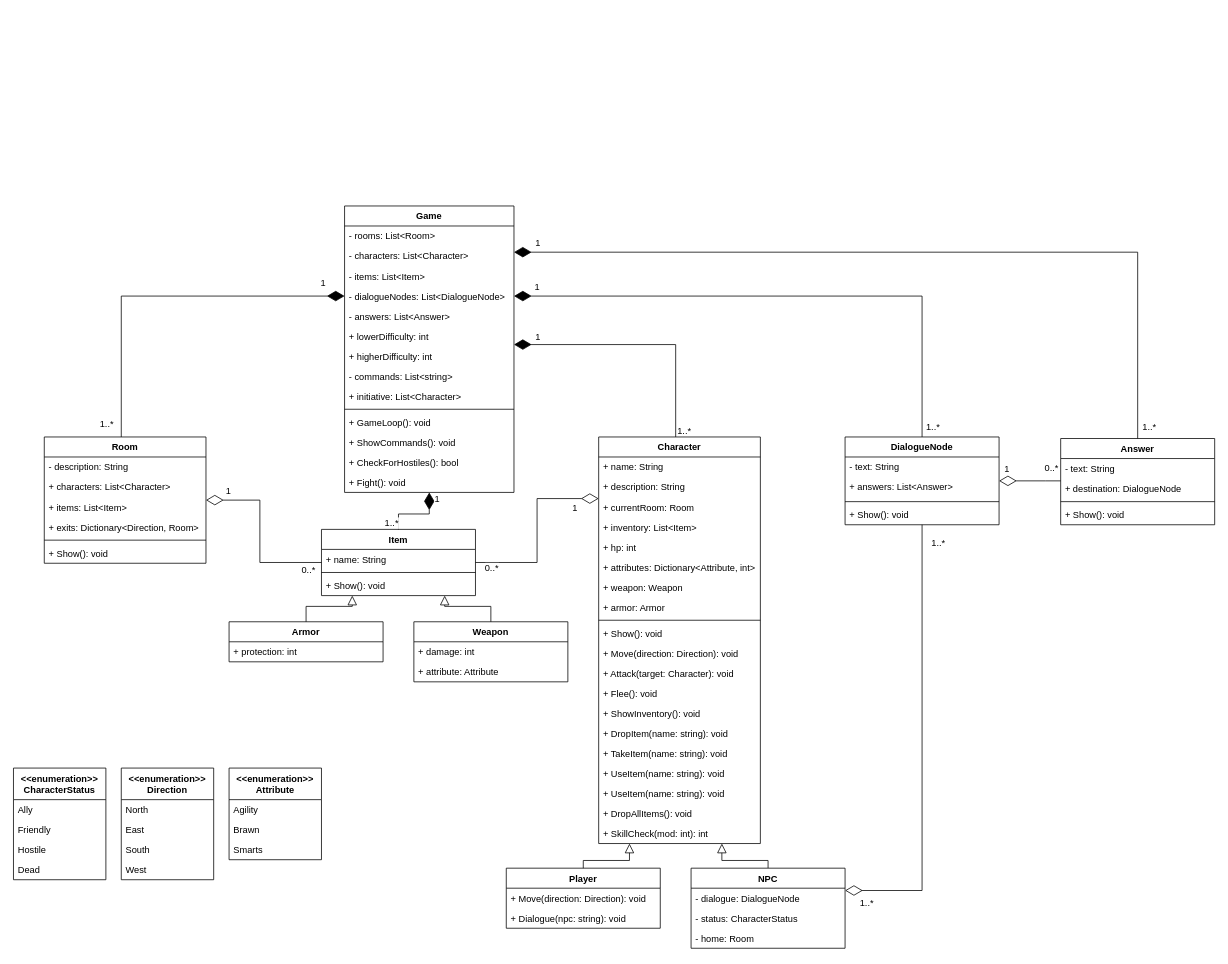
This is page "Classes" (2 of 3) of Diagrams/Legends of Antir Diagrams.drawio from qogoist/LegendsOfAntir, a draw.io file, before an edit. Source tidied: cells renumbered, new cells numbered last; positions are measured from the earlier drawing's top-left corner, leaving out a move shared by most shapes. Both pictures are drawn from the tidied source at 77%, with x=0, y=0 at pixel (13, 206).
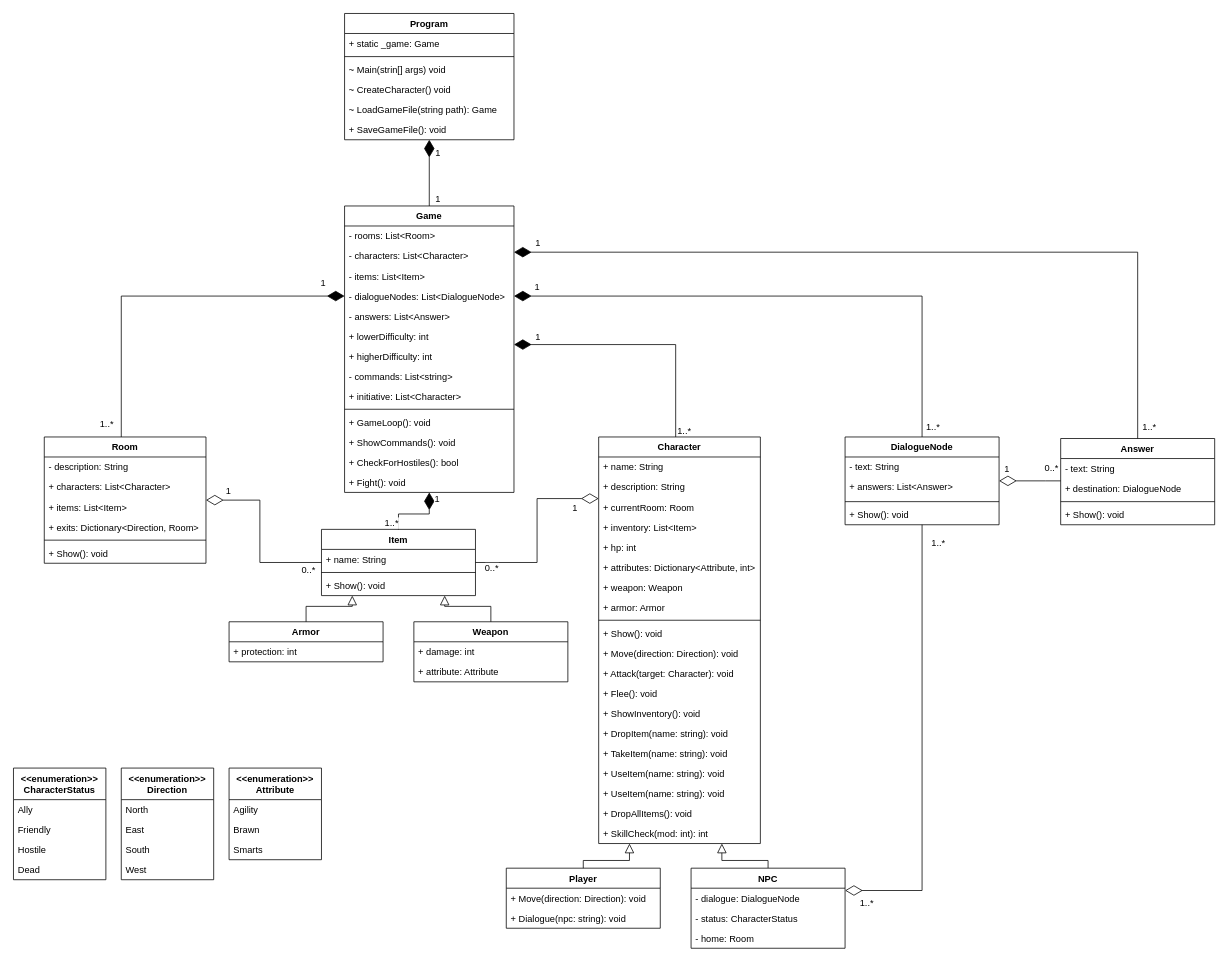
Above is the later version.

Unchanged cells that the change refers to:
```xml
<mxCell id="2" value="Game" style="swimlane;fontStyle=1;align=center;verticalAlign=top;horizontal=1;startSize=26;fillColor=none;" parent="1" vertex="1">
  <mxGeometry x="430" width="220" height="372" as="geometry" />
</mxCell>
```

Change to the diagram source:
```diff
@@
+    <mxCell id="116" style="edgeStyle=orthogonalEdgeStyle;rounded=0;jettySize=auto;html=1;endArrow=diamondThin;endFill=1;endSize=20;" parent="1" edge="1" source="2" target="119">
+      <mxGeometry relative="1" as="geometry" />
+    </mxCell>
+    <mxCell id="117" value="1" style="text;html=1;align=center;verticalAlign=middle;labelBackgroundColor=#ffffff;" parent="116" vertex="1">
+      <mxGeometry x="-0.19" relative="1" as="geometry">
+        <mxPoint x="10" y="25" as="offset" />
+      </mxGeometry>
+    </mxCell>
+    <mxCell id="118" value="1" style="text;html=1;align=center;verticalAlign=middle;labelBackgroundColor=#ffffff;" parent="116" vertex="1">
+      <mxGeometry x="0.28" y="1" relative="1" as="geometry">
+        <mxPoint x="11" y="-15" as="offset" />
+      </mxGeometry>
+    </mxCell>
@@
+    <mxCell id="119" value="Program" style="swimlane;fontStyle=1;align=center;verticalAlign=top;horizontal=1;startSize=26;" parent="1" vertex="1">
+      <mxGeometry x="430" y="-250" width="220" height="164" as="geometry" />
+    </mxCell>
+    <mxCell id="120" value="+ static _game: Game" style="text;strokeColor=none;fillColor=none;align=left;verticalAlign=top;spacingLeft=4;spacingRight=4;overflow=hidden;" parent="119" vertex="1">
+      <mxGeometry y="26" width="220" height="26" as="geometry" />
+    </mxCell>
+    <mxCell id="121" style="line;strokeWidth=1;fillColor=none;align=left;verticalAlign=middle;spacingTop=-1;spacingLeft=3;spacingRight=3;labelPosition=right;" parent="119" vertex="1">
+      <mxGeometry y="52" width="220" height="8" as="geometry" />
+    </mxCell>
+    <mxCell id="122" value="~ Main(strin[] args) void" style="text;strokeColor=none;fillColor=none;align=left;verticalAlign=top;spacingLeft=4;spacingRight=4;overflow=hidden;" parent="119" vertex="1">
+      <mxGeometry y="60" width="220" height="26" as="geometry" />
+    </mxCell>
+    <mxCell id="123" value="~ CreateCharacter() void" style="text;strokeColor=none;fillColor=none;align=left;verticalAlign=top;spacingLeft=4;spacingRight=4;overflow=hidden;" parent="119" vertex="1">
+      <mxGeometry y="86" width="220" height="26" as="geometry" />
+    </mxCell>
+    <mxCell id="124" value="~ LoadGameFile(string path): Game" style="text;strokeColor=none;fillColor=none;align=left;verticalAlign=top;spacingLeft=4;spacingRight=4;overflow=hidden;" parent="119" vertex="1">
+      <mxGeometry y="112" width="220" height="26" as="geometry" />
+    </mxCell>
+    <mxCell id="125" value="+ SaveGameFile(): void" style="text;strokeColor=none;fillColor=none;align=left;verticalAlign=top;spacingLeft=4;spacingRight=4;overflow=hidden;" parent="119" vertex="1">
+      <mxGeometry y="138" width="220" height="26" as="geometry" />
+    </mxCell>
```
